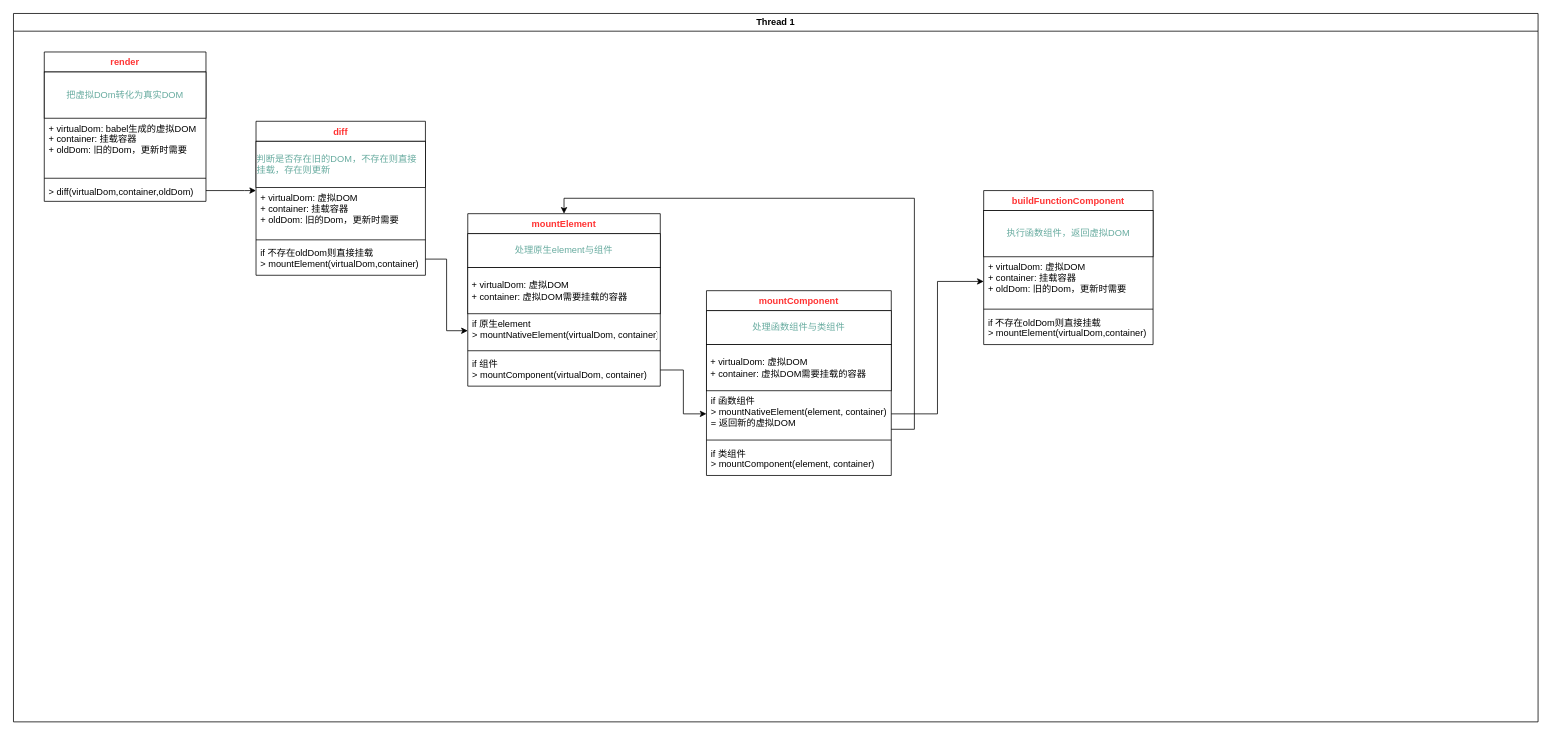
eaweadaws0/mini-react keeps this draw.io diagram as 未命名绘图.drawio. Above is the earlier version. Source tidied: cells renumbered, new cells numbered last; positions are measured from the earlier drawing's top-left corner, leaving out a move shared by most shapes. Both pictures are drawn from the tidied source at 77%, with x=0, y=0 at pixel (13, 13).
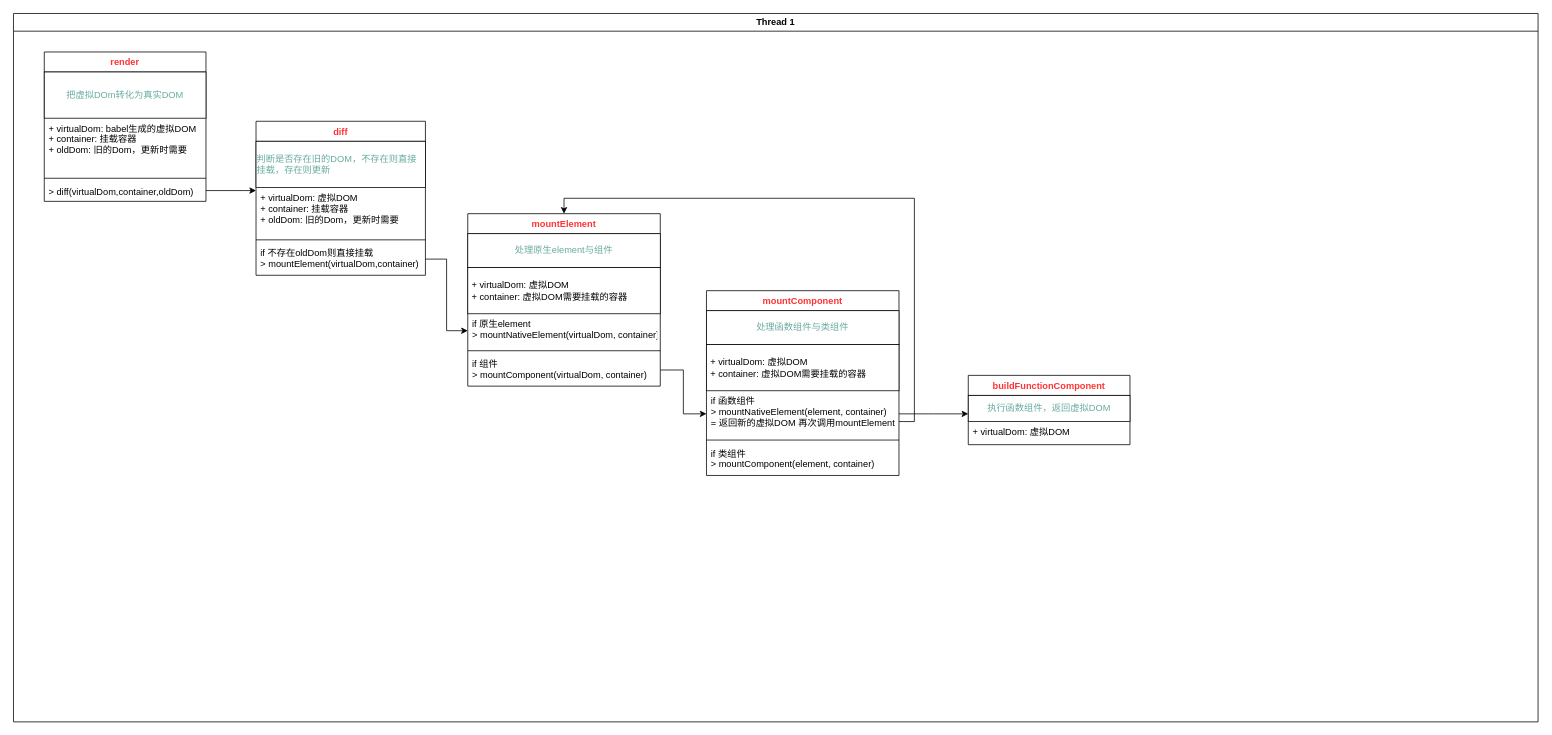
Above is the later version.

Commit message:
更新未命名绘图.drawio

Unchanged cells that the change refers to:
```xml
<mxCell id="2" value="Thread 1" style="swimlane;whiteSpace=wrap;" parent="1" vertex="1">
  <mxGeometry width="1980" height="920" as="geometry" />
</mxCell>
<mxCell id="14" value="mountElement" style="swimlane;fontStyle=1;align=center;verticalAlign=top;horizontal=1;startSize=26;fontColor=#FF3333;" parent="2" vertex="1">
  <mxGeometry x="590" y="260" width="250" height="224" as="geometry" />
</mxCell>
```

The edit, as a diff of the source:
```diff
@@
     <mxCell id="21" value="mountComponent" style="swimlane;fontStyle=1;align=center;verticalAlign=top;horizontal=1;startSize=26;fontColor=#FF3333;" parent="2" vertex="1">
-      <mxGeometry x="900" y="360" width="240" height="240" as="geometry" />
+      <mxGeometry x="900" y="360" width="250" height="240" as="geometry" />
     </mxCell>
     <mxCell id="22" value="&lt;div style=&quot;text-align: left;&quot;&gt;&lt;font color=&quot;#67ab9f&quot;&gt;处理函数组件与类组件&lt;/font&gt;&lt;/div&gt;" style="rounded=0;whiteSpace=wrap;html=1;fontColor=#FF3333;" parent="21" vertex="1">
-      <mxGeometry y="26" width="240" height="44" as="geometry" />
+      <mxGeometry y="26" width="250" height="44" as="geometry" />
     </mxCell>
     <mxCell id="23" value="&lt;span style=&quot;color: rgb(0, 0, 0);&quot;&gt;&amp;nbsp;+ virtualDom: 虚拟DOM&lt;/span&gt;&lt;br style=&quot;padding: 0px; margin: 0px; color: rgb(0, 0, 0);&quot;&gt;&lt;span style=&quot;color: rgb(0, 0, 0);&quot;&gt;&amp;nbsp;+ container: 虚拟DOM需要挂载的容器&lt;/span&gt;" style="rounded=0;whiteSpace=wrap;html=1;fontFamily=Helvetica;fontSize=12;fontColor=#FF3333;startSize=26;strokeColor=rgb(0, 0, 0);fillColor=rgb(255, 255, 255);align=left;" parent="21" vertex="1">
-      <mxGeometry y="70" width="240" height="60" as="geometry" />
+      <mxGeometry y="70" width="250" height="60" as="geometry" />
     </mxCell>
-    <mxCell id="24" value="if 函数组件&#10;&gt; mountNativeElement(element, container)&#10;= 返回新的虚拟DOM " style="text;strokeColor=none;fillColor=none;align=left;verticalAlign=top;spacingLeft=4;spacingRight=4;overflow=hidden;points=[[0,0.33,0,0,0],[0,0.5,0,0,0],[0,0.67,0,0,0],[1,0.5,0,0,0]];portConstraint=eastwest;" parent="21" vertex="1">
-      <mxGeometry y="130" width="240" height="60" as="geometry" />
+    <mxCell id="24" value="if 函数组件&#10;&gt; mountNativeElement(element, container)&#10;= 返回新的虚拟DOM 再次调用mountElement" style="text;strokeColor=none;fillColor=none;align=left;verticalAlign=top;spacingLeft=4;spacingRight=4;overflow=hidden;points=[[0,0.33,0,0,0],[0,0.5,0,0,0],[0,0.67,0,0,0],[1,0.5,0,0,0]];portConstraint=eastwest;" parent="21" vertex="1">
+      <mxGeometry y="130" width="250" height="60" as="geometry" />
     </mxCell>
     <mxCell id="25" style="line;strokeWidth=1;fillColor=none;align=left;verticalAlign=middle;spacingTop=-1;spacingLeft=3;spacingRight=3;labelPosition=right;" parent="21" vertex="1">
-      <mxGeometry y="190" width="240" height="8" as="geometry" />
+      <mxGeometry y="190" width="250" height="8" as="geometry" />
     </mxCell>
     <mxCell id="26" value="if 类组件&#10;&gt; mountComponent(element, container) " style="text;strokeColor=none;fillColor=none;align=left;verticalAlign=top;spacingLeft=4;spacingRight=4;overflow=hidden;" parent="21" vertex="1">
-      <mxGeometry y="198" width="240" height="42" as="geometry" />
+      <mxGeometry y="198" width="250" height="42" as="geometry" />
     </mxCell>
@@
     <mxCell id="28" value="buildFunctionComponent" style="swimlane;fontStyle=1;align=center;verticalAlign=top;horizontal=1;startSize=26;fontColor=#FF3333;" parent="2" vertex="1">
-      <mxGeometry x="1260" y="230" width="220" height="200" as="geometry" />
+      <mxGeometry x="1240" y="470" width="210" height="90" as="geometry" />
     </mxCell>
     <mxCell id="29" value="&lt;div style=&quot;text-align: left;&quot;&gt;&lt;font color=&quot;#67ab9f&quot;&gt;执行函数组件，返回虚拟DOM&lt;/font&gt;&lt;/div&gt;" style="rounded=0;whiteSpace=wrap;html=1;fontColor=#FF3333;" parent="28" vertex="1">
-      <mxGeometry y="26" width="220" height="60" as="geometry" />
+      <mxGeometry y="26" width="210" height="34" as="geometry" />
     </mxCell>
-    <mxCell id="30" value="+ virtualDom: 虚拟DOM&#10;+ container: 挂载容器&#10;+ oldDom: 旧的Dom，更新时需要" style="text;strokeColor=none;fillColor=none;align=left;verticalAlign=top;spacingLeft=4;spacingRight=4;overflow=hidden;points=[[0,0.5],[1,0.5]];portConstraint=eastwest;" parent="28" vertex="1">
-      <mxGeometry y="86" width="220" height="64" as="geometry" />
+    <mxCell id="30" value="+ virtualDom: 虚拟DOM" style="text;strokeColor=none;fillColor=none;align=left;verticalAlign=top;spacingLeft=4;spacingRight=4;overflow=hidden;points=[[0,0.5],[1,0.5]];portConstraint=eastwest;" parent="28" vertex="1">
+      <mxGeometry y="60" width="210" height="30" as="geometry" />
     </mxCell>
-    <mxCell id="31" style="line;strokeWidth=1;fillColor=none;align=left;verticalAlign=middle;spacingTop=-1;spacingLeft=3;spacingRight=3;labelPosition=right;" parent="28" vertex="1">
-      <mxGeometry y="150" width="220" height="8" as="geometry" />
-    </mxCell>
-    <mxCell id="32" value="if 不存在oldDom则直接挂载&#10;&gt; mountElement(virtualDom,container) " style="text;strokeColor=none;fillColor=none;align=left;verticalAlign=top;spacingLeft=4;spacingRight=4;overflow=hidden;" parent="28" vertex="1">
-      <mxGeometry y="158" width="220" height="42" as="geometry" />
-    </mxCell>
-    <mxCell id="33" style="edgeStyle=orthogonalEdgeStyle;rounded=0;jettySize=auto;html=1;entryX=0;entryY=0.5;entryDx=0;entryDy=0;fontFamily=Helvetica;fontSize=12;fontColor=#FF3333;startSize=26;" parent="2" edge="1" source="24" target="30">
-      <mxGeometry relative="1" as="geometry" />
-    </mxCell>
     <mxCell id="34" style="edgeStyle=orthogonalEdgeStyle;rounded=0;jettySize=auto;html=1;entryX=0.5;entryY=0;entryDx=0;entryDy=0;fontFamily=Helvetica;fontSize=12;fontColor=#FF3333;startSize=26;" parent="2" edge="1" source="24" target="14">
       <mxGeometry relative="1" as="geometry">
         <Array as="points">
-          <mxPoint x="1170" y="540" />
+          <mxPoint x="1170" y="530" />
           <mxPoint x="1170" y="240" />
           <mxPoint x="715" y="240" />
         </Array>
       </mxGeometry>
     </mxCell>
+    <mxCell id="35" style="edgeStyle=orthogonalEdgeStyle;rounded=0;jettySize=auto;html=1;fontFamily=Helvetica;fontSize=12;fontColor=#FF3333;startSize=26;" parent="1" edge="1" source="24">
+      <mxGeometry relative="1" as="geometry">
+        <mxPoint x="1240" y="520" as="targetPoint" />
+      </mxGeometry>
+    </mxCell>
```
